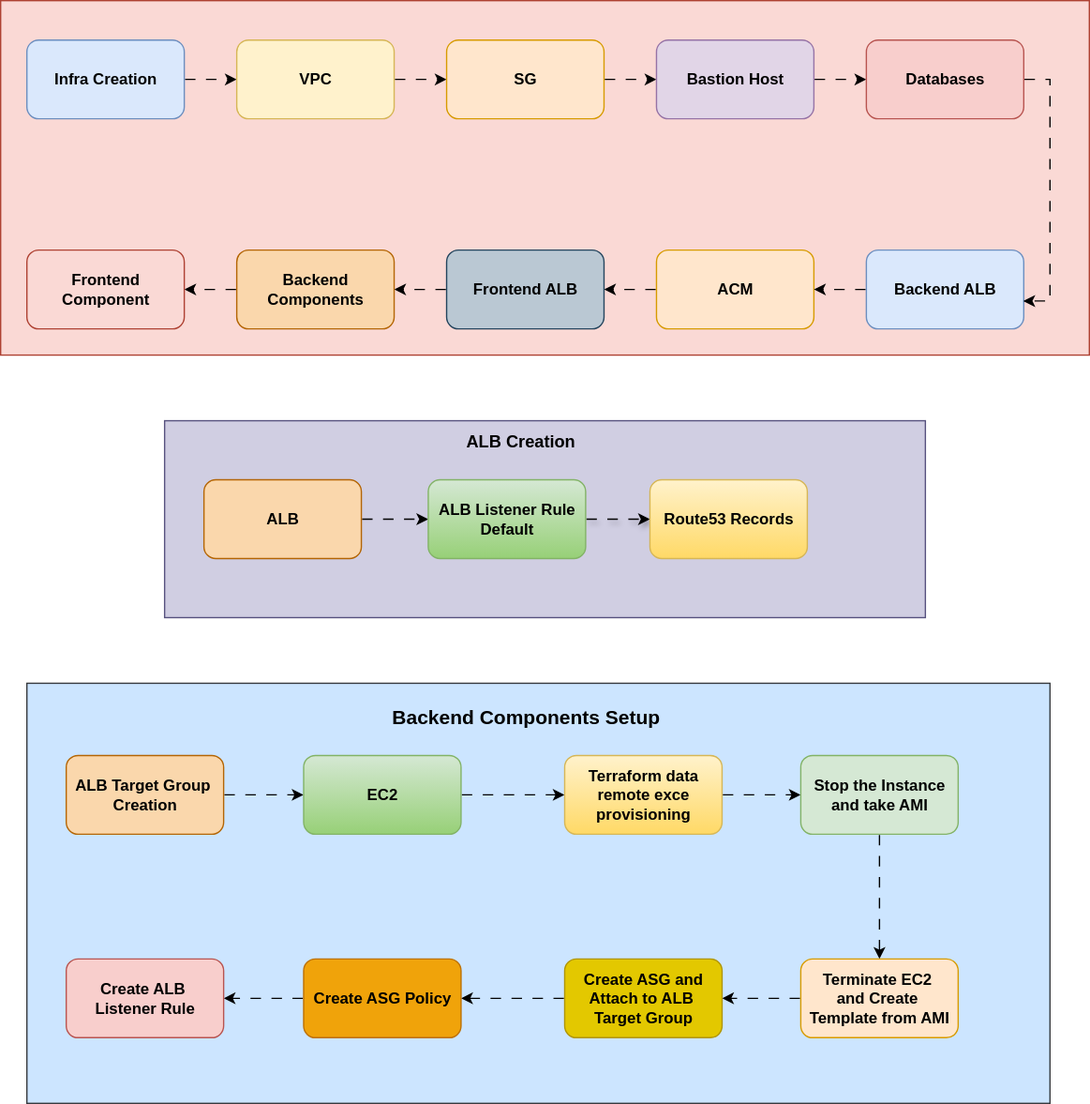
This is Roboshop-infra-creation-order.svg from gsurendhar/roboshop-infra, a draw.io export, as it was before one commit. Source tidied: cells renumbered, new cells last; positions are measured from the earlier drawing's top-left corner, leaving out a move shared by most shapes.
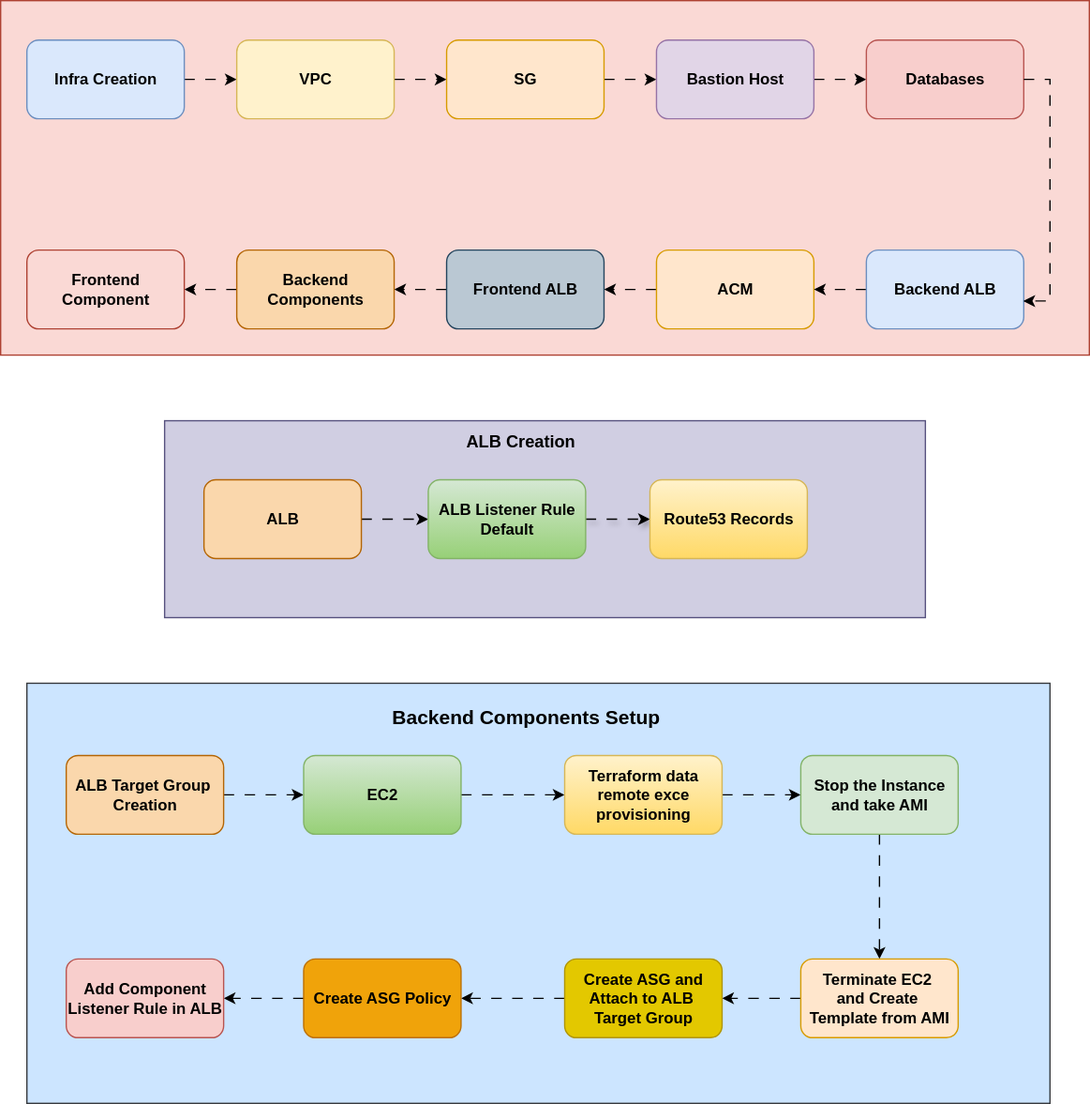
After the change.

Commit message:
Roboshop Infra Order diagram added

The edit, as a diff of the source:
```diff
@@ -136,7 +136,7 @@
     <mxCell id="44" value="&lt;b&gt;Create ASG Policy&lt;/b&gt;" style="rounded=1;whiteSpace=wrap;html=1;fillColor=#f0a30a;strokeColor=#BD7000;fontColor=#000000;" parent="1" vertex="1">
       <mxGeometry x="231" y="730" width="120" height="60" as="geometry" />
     </mxCell>
-    <mxCell id="45" value="&lt;b&gt;Create ALB&amp;nbsp;&lt;/b&gt;&lt;div&gt;&lt;b&gt;Listener&amp;nbsp;&lt;/b&gt;&lt;b style=&quot;background-color: transparent; color: light-dark(rgb(0, 0, 0), rgb(255, 255, 255));&quot;&gt;Rule&lt;/b&gt;&lt;/div&gt;" style="rounded=1;whiteSpace=wrap;html=1;fillColor=#f8cecc;strokeColor=#b85450;" parent="1" vertex="1">
+    <mxCell id="45" value="&lt;b&gt;Add Component&lt;/b&gt;&lt;div&gt;&lt;b&gt;Listener&amp;nbsp;&lt;/b&gt;&lt;b style=&quot;background-color: transparent; color: light-dark(rgb(0, 0, 0), rgb(255, 255, 255));&quot;&gt;Rule in ALB&lt;/b&gt;&lt;/div&gt;" style="rounded=1;whiteSpace=wrap;html=1;fillColor=#f8cecc;strokeColor=#b85450;" parent="1" vertex="1">
       <mxGeometry x="50" y="730" width="120" height="60" as="geometry" />
     </mxCell>
   </root>
```
